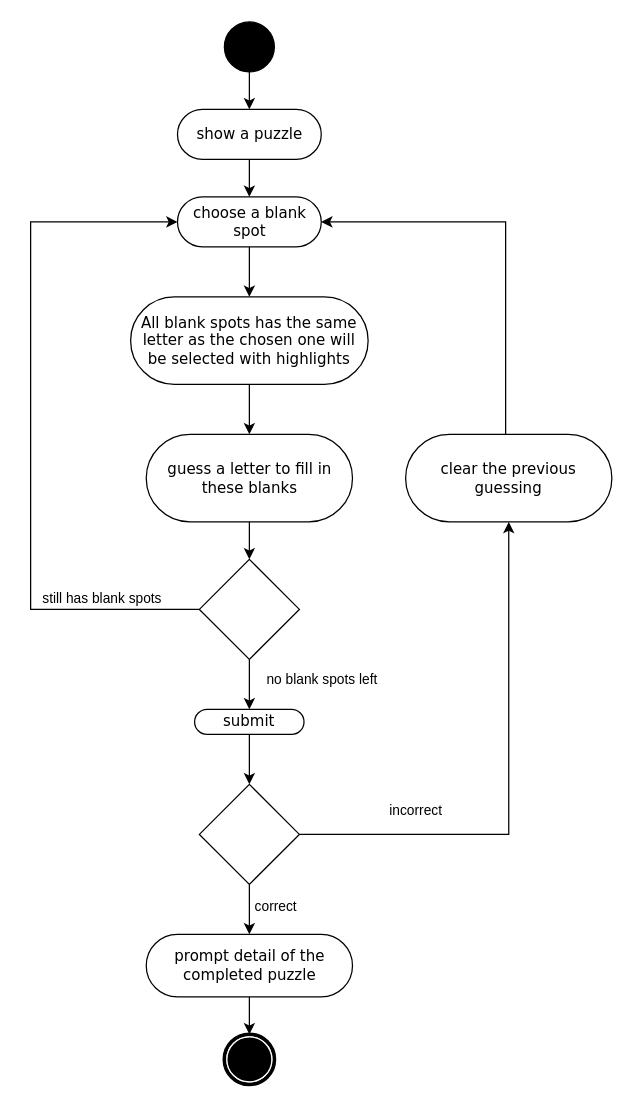
This is play.drawio from maxinimize/uml, a draw.io file, before an edit. Source tidied: cells renumbered, new cells numbered last; positions are measured from the earlier drawing's top-left corner, leaving out a move shared by most shapes. Both pictures are drawn from the tidied source at 125%, with x=0, y=0 at pixel (30, 21).
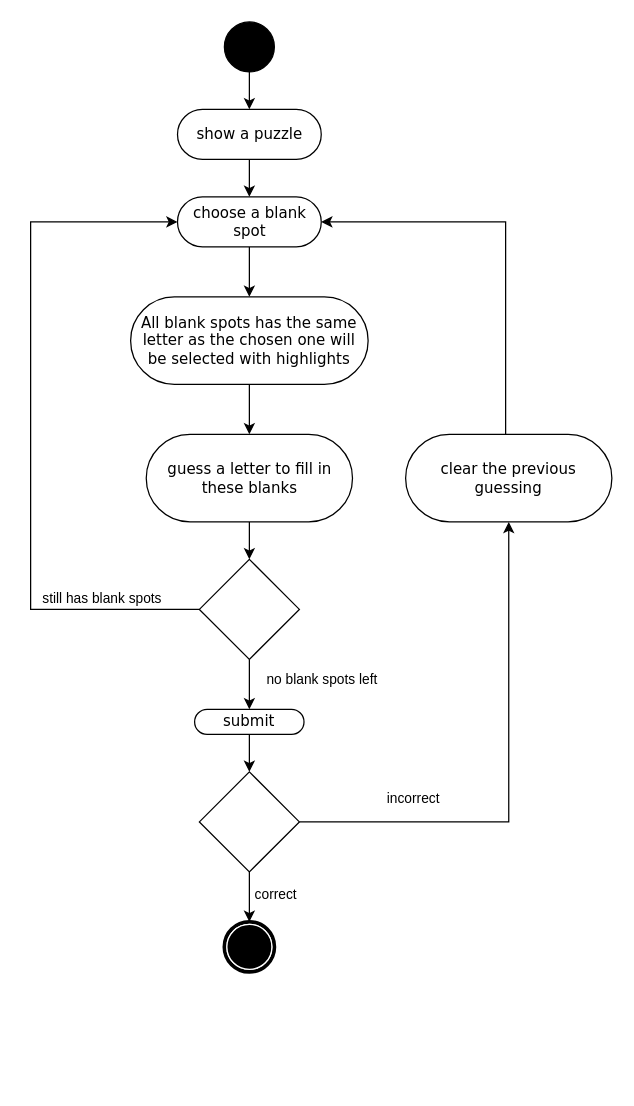
The same page after the edit.

What changed in the source:
```diff
@@
-    <mxCell id="19" style="edgeStyle=orthogonalEdgeStyle;rounded=0;jettySize=auto;html=1;" parent="1" edge="1" source="21" target="25">
+    <mxCell id="19" style="edgeStyle=orthogonalEdgeStyle;rounded=0;jettySize=auto;html=1;entryX=0.5;entryY=0;entryDx=0;entryDy=0;" parent="1" edge="1" source="21" target="26">
       <mxGeometry relative="1" as="geometry" />
     </mxCell>
@@
     <mxCell id="21" style="rhombus;whiteSpace=wrap;html=1;" parent="1" vertex="1">
-      <mxGeometry x="135" y="610" width="80" height="80" as="geometry" />
+      <mxGeometry x="135" y="600" width="80" height="80" as="geometry" />
     </mxCell>
@@
-    <mxCell id="24" style="edgeStyle=orthogonalEdgeStyle;rounded=0;jettySize=auto;html=1;" parent="1" edge="1" source="25" target="26">
-      <mxGeometry relative="1" as="geometry" />
-    </mxCell>
-    <mxCell id="25" value="prompt detail of the completed puzzle" style="whiteSpace=wrap;html=1;fontFamily=Verdana;rounded=1;shadow=0;comic=0;labelBackgroundColor=none;strokeWidth=1;arcSize=50;" parent="1" vertex="1">
-      <mxGeometry x="92.5" y="730" width="165" height="50" as="geometry" />
-    </mxCell>
     <mxCell id="26" style="shape=mxgraph.bpmn.shape;html=1;verticalLabelPosition=bottom;labelBackgroundColor=#ffffff;verticalAlign=top;perimeter=ellipsePerimeter;outline=end;symbol=terminate;rounded=0;shadow=0;comic=0;strokeWidth=1;fontFamily=Verdana;fontSize=12;align=center;" parent="1" vertex="1">
-      <mxGeometry x="155" y="810" width="40" height="40" as="geometry" />
+      <mxGeometry x="155" y="720" width="40" height="40" as="geometry" />
     </mxCell>
```
